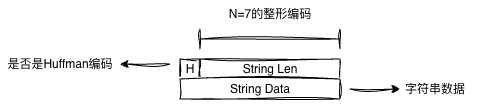
This is source/_posts/HTTP2HPACK/string_intro.png from theo1893/theo1893.github.io, a draw.io export, as it was before one commit. Source tidied: cells renumbered, new cells last; positions are measured from the earlier drawing's top-left corner, leaving out a move shared by most shapes.
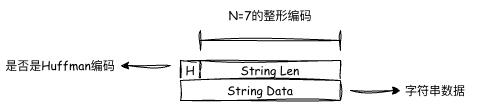
Later version of the same file.

Diff of the diagram source:
```diff
@@ -2,36 +2,36 @@
   <root>
     <mxCell id="0" />
     <mxCell id="1" parent="0" />
-    <mxCell id="2" value="H" style="rounded=0;whiteSpace=wrap;html=1;sketch=1;jiggle=2;curveFitting=1;align=center;verticalAlign=middle;fontFamily=Helvetica;fontSize=12;labelBackgroundColor=default;" parent="1" vertex="1">
+    <mxCell id="2" value="H" style="rounded=0;whiteSpace=wrap;html=1;sketch=1;jiggle=2;curveFitting=1;align=center;verticalAlign=middle;fontFamily=Comic Sans MS;fontSize=12;labelBackgroundColor=default;" parent="1" vertex="1">
       <mxGeometry x="180" y="60" width="20" height="20" as="geometry" />
     </mxCell>
-    <mxCell id="3" value="String Len" style="rounded=0;whiteSpace=wrap;html=1;sketch=1;jiggle=2;curveFitting=1;align=center;verticalAlign=middle;fontFamily=Helvetica;fontSize=12;labelBackgroundColor=default;" parent="1" vertex="1">
+    <mxCell id="3" value="String Len" style="rounded=0;whiteSpace=wrap;html=1;sketch=1;jiggle=2;curveFitting=1;align=center;verticalAlign=middle;fontFamily=Comic Sans MS;fontSize=12;labelBackgroundColor=default;" parent="1" vertex="1">
       <mxGeometry x="200" y="60" width="140" height="20" as="geometry" />
     </mxCell>
-    <mxCell id="4" value="String Data" style="rounded=0;whiteSpace=wrap;html=1;sketch=1;jiggle=2;curveFitting=1;align=center;verticalAlign=middle;fontFamily=Helvetica;fontSize=12;labelBackgroundColor=default;" parent="1" vertex="1">
+    <mxCell id="4" value="String Data" style="rounded=0;whiteSpace=wrap;html=1;sketch=1;jiggle=2;curveFitting=1;align=center;verticalAlign=middle;fontFamily=Comic Sans MS;fontSize=12;labelBackgroundColor=default;" parent="1" vertex="1">
       <mxGeometry x="180" y="80" width="160" height="20" as="geometry" />
     </mxCell>
-    <mxCell id="5" style="endArrow=classic;html=1;rounded=0;sketch=1;jiggle=2;curveFitting=1;strokeColor=default;align=center;verticalAlign=middle;fontFamily=Helvetica;fontSize=12;fontColor=default;labelBackgroundColor=default;edgeStyle=orthogonalEdgeStyle;entryX=1;entryY=0.5;entryDx=0;entryDy=0;" parent="1" edge="1" target="6">
+    <mxCell id="5" style="endArrow=classic;html=1;rounded=0;sketch=1;jiggle=2;curveFitting=1;strokeColor=default;align=center;verticalAlign=middle;fontFamily=Comic Sans MS;fontSize=12;fontColor=default;labelBackgroundColor=default;edgeStyle=orthogonalEdgeStyle;entryX=1;entryY=0.5;entryDx=0;entryDy=0;" parent="1" edge="1" target="6">
       <mxGeometry relative="1" as="geometry">
         <mxPoint x="170" y="65" as="sourcePoint" />
       </mxGeometry>
     </mxCell>
-    <mxCell id="6" value="是否是Huffman编码" style="text;html=1;whiteSpace=wrap;strokeColor=none;fillColor=none;align=center;verticalAlign=middle;rounded=0;fontFamily=Helvetica;fontSize=12;fontColor=default;labelBackgroundColor=default;" parent="1" vertex="1">
+    <mxCell id="6" value="是否是Huffman编码" style="text;html=1;whiteSpace=wrap;strokeColor=none;fillColor=none;align=center;verticalAlign=middle;rounded=0;fontFamily=Comic Sans MS;fontSize=12;fontColor=default;labelBackgroundColor=default;" parent="1" vertex="1">
       <mxGeometry y="50" width="120" height="30" as="geometry" />
     </mxCell>
-    <mxCell id="7" style="shape=crossbar;whiteSpace=wrap;html=1;rounded=1;sketch=1;jiggle=2;curveFitting=1;strokeColor=default;align=center;verticalAlign=middle;fontFamily=Helvetica;fontSize=12;fontColor=default;labelBackgroundColor=default;fillColor=default;" parent="1" vertex="1">
+    <mxCell id="7" style="shape=crossbar;whiteSpace=wrap;html=1;rounded=1;sketch=1;jiggle=2;curveFitting=1;strokeColor=default;align=center;verticalAlign=middle;fontFamily=Comic Sans MS;fontSize=12;fontColor=default;labelBackgroundColor=default;fillColor=default;" parent="1" vertex="1">
       <mxGeometry x="200" y="30" width="140" height="20" as="geometry" />
     </mxCell>
-    <mxCell id="8" value="N=7的整形编码" style="text;html=1;whiteSpace=wrap;strokeColor=none;fillColor=none;align=center;verticalAlign=middle;rounded=0;fontFamily=Helvetica;fontSize=12;fontColor=default;labelBackgroundColor=default;" parent="1" vertex="1">
+    <mxCell id="8" value="N=7的整形编码" style="text;html=1;whiteSpace=wrap;strokeColor=none;fillColor=none;align=center;verticalAlign=middle;rounded=0;fontFamily=Comic Sans MS;fontSize=12;fontColor=default;labelBackgroundColor=default;" parent="1" vertex="1">
       <mxGeometry x="210" width="120" height="30" as="geometry" />
     </mxCell>
-    <mxCell id="9" style="endArrow=classic;html=1;rounded=0;sketch=1;jiggle=2;curveFitting=1;strokeColor=default;align=center;verticalAlign=middle;fontFamily=Helvetica;fontSize=12;fontColor=default;labelBackgroundColor=default;edgeStyle=orthogonalEdgeStyle;" parent="1" edge="1">
+    <mxCell id="9" style="endArrow=classic;html=1;rounded=0;sketch=1;jiggle=2;curveFitting=1;strokeColor=default;align=center;verticalAlign=middle;fontFamily=Comic Sans MS;fontSize=12;fontColor=default;labelBackgroundColor=default;edgeStyle=orthogonalEdgeStyle;" parent="1" edge="1">
       <mxGeometry relative="1" as="geometry">
         <mxPoint x="350" y="90" as="sourcePoint" />
         <mxPoint x="400" y="90" as="targetPoint" />
       </mxGeometry>
     </mxCell>
-    <mxCell id="10" value="字符串数据" style="text;html=1;whiteSpace=wrap;strokeColor=none;fillColor=none;align=center;verticalAlign=middle;rounded=0;fontFamily=Helvetica;fontSize=12;fontColor=default;labelBackgroundColor=default;" parent="1" vertex="1">
+    <mxCell id="10" value="字符串数据" style="text;html=1;whiteSpace=wrap;strokeColor=none;fillColor=none;align=center;verticalAlign=middle;rounded=0;fontFamily=Comic Sans MS;fontSize=12;fontColor=default;labelBackgroundColor=default;" parent="1" vertex="1">
       <mxGeometry x="390" y="75" width="90" height="30" as="geometry" />
     </mxCell>
   </root>
```
